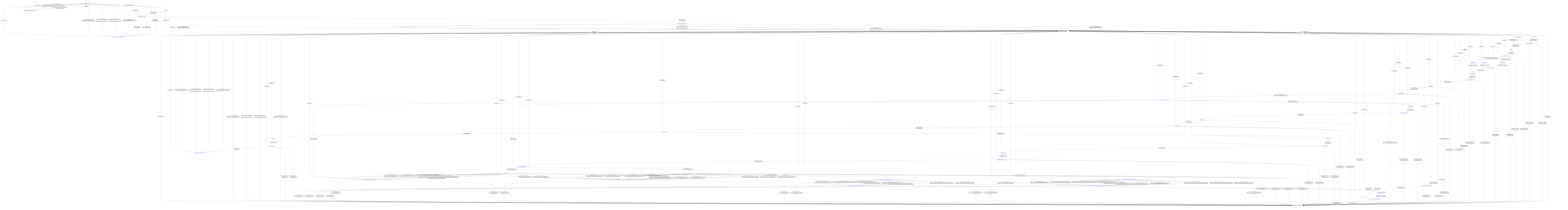
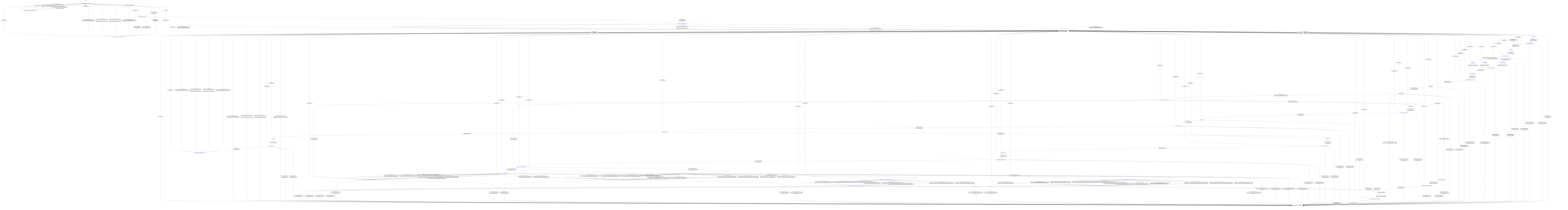
stateDiagram-v2
  direction TB
  [*] --> uninitialized
  uninitialized --> initializing : initialize_run [valid_initialize_] / none
  uninitialized --> initialize_error_channel_decision : initialize_run [invalid_initialize_] / reject_initialize_
  ready --> initializing : initialize_run [valid_initialize_] / none
  ready --> initialize_error_channel_decision : initialize_run [invalid_initialize_] / reject_initialize_
  initializing --> initializer_result_decision : completion_initialize_run_ [always] / request_initializer_
  initializer_result_decision --> initialize_done_channel_decision : completion_initialize_run_ [initialize_result_none_] / none
  initializer_result_decision --> initialize_error_channel_decision : completion_initialize_run_ [initialize_result_invalid_request_] / none
  initializer_result_decision --> initialize_error_channel_decision : completion_initialize_run_ [initialize_result_backend_] / none
  initialize_done_channel_decision --> ready : completion_initialize_run_ [initialize_done_callback_with_error_out_] / dispatch_initialize_done_with_callback_and_error_out_
  initialize_done_channel_decision --> ready : completion_initialize_run_ [initialize_done_callback_without_error_out_] / dispatch_initialize_done_with_callback_only_
  initialize_done_channel_decision --> ready : completion_initialize_run_ [initialize_no_done_callback_with_error_out_] / dispatch_initialize_done_with_error_out_only_
  initialize_done_channel_decision --> ready : completion_initialize_run_ [initialize_no_done_callback_without_error_out_] / dispatch_initialize_done_without_channels_
  initialize_error_channel_decision --> uninitialized : completion_initialize_run_ [initialize_error_callback_with_error_out_] / dispatch_initialize_error_with_callback_and_error_out_
  initialize_error_channel_decision --> uninitialized : completion_initialize_run_ [initialize_error_callback_without_error_out_] / dispatch_initialize_error_with_callback_only_
  initialize_error_channel_decision --> uninitialized : completion_initialize_run_ [initialize_no_error_callback_with_error_out_] / dispatch_initialize_error_with_error_out_only_
  initialize_error_channel_decision --> uninitialized : completion_initialize_run_ [initialize_no_error_callback_without_error_out_] / dispatch_initialize_error_without_channels_
  uninitialized --> generate_uninitialized_error_channel_decision : generate_run [always] / reject_uninitialized_generate_
  ready --> reset_sequence : generate_run [valid_generate_with_reset_] / begin_generate_
  ready --> conditioning : generate_run [valid_generate_without_reset_] / begin_generate_
  ready --> generate_ready_error_channel_decision : generate_run [invalid_generate_] / reject_invalid_generate_
  reset_sequence --> reset_sequence_decision : completion_generate_run_ [always] / request_reset_sequence_
  reset_sequence_decision --> conditioning : completion_generate_run_ [reset_sequence_ok_] / mark_sequence_clear_
  reset_sequence_decision --> generate_ready_error_channel_decision : completion_generate_run_ [reset_sequence_invalid_request_] / mark_invalid_request_
  reset_sequence_decision --> generate_ready_error_channel_decision : completion_generate_run_ [reset_sequence_backend_error_] / mark_backend_error_
  conditioning --> conditioning_decision : completion_generate_run_ [always] / request_conditioning_
  conditioning_decision --> planning_chunk8 : completion_generate_run_ [conditioning_ok_with_chunk8_prefill_] / none
  conditioning_decision --> planning_chunk4 : completion_generate_run_ [conditioning_ok_with_chunk4_prefill_] / none
  conditioning_decision --> planning_scalar : completion_generate_run_ [conditioning_ok_with_scalar_prefill_] / none
  conditioning_decision --> generate_ready_error_channel_decision : completion_generate_run_ [conditioning_invalid_request_] / mark_invalid_request_
  conditioning_decision --> generate_ready_error_channel_decision : completion_generate_run_ [conditioning_backend_error_] / mark_backend_error_
  planning_chunk8 --> planning_decision : completion_generate_run_ [always] / request_planning_with_step_size_8__
  planning_chunk4 --> planning_decision : completion_generate_run_ [always] / request_planning_with_step_size_4__
  planning_scalar --> planning_decision : completion_generate_run_ [always] / request_planning_with_step_size_1__
  planning_decision --> sequence_allocating : completion_generate_run_ [planning_ok_] / none
  planning_decision --> generate_ready_error_channel_decision : completion_generate_run_ [planning_invalid_request_] / mark_invalid_request_
  planning_decision --> generate_ready_error_channel_decision : completion_generate_run_ [planning_backend_error_] / mark_backend_error_
  sequence_allocating --> sequence_allocating_decision : completion_generate_run_ [always] / request_allocate_sequence_
  sequence_allocating_decision --> prefill_running : completion_generate_run_ [allocate_sequence_ok_] / mark_sequence_live_
  sequence_allocating_decision --> generate_ready_error_channel_decision : completion_generate_run_ [allocate_sequence_invalid_request_] / mark_invalid_request_
  sequence_allocating_decision --> generate_ready_error_channel_decision : completion_generate_run_ [allocate_sequence_backend_error_] / mark_backend_error_
  prefill_running --> prefill_result_decision : completion_generate_run_ [prefill_dispatch_available_] / request_prefill_
  prefill_running --> generate_ready_error_channel_decision : completion_generate_run_ [prefill_dispatch_unavailable_] / mark_backend_error_
  prefill_result_decision --> decode_selection_mode_decision : completion_generate_run_ [prefill_result_ok_with_materialized_logits_contract_] / none
  prefill_result_decision --> decode_sample_preselected : completion_generate_run_ [prefill_result_ok_with_preselected_argmax_contract_] / none
  prefill_result_decision --> generate_ready_error_channel_decision : completion_generate_run_ [prefill_result_invalid_request_] / none
  prefill_result_decision --> generate_ready_error_channel_decision : completion_generate_run_ [prefill_result_backend_error_] / none
  decode_selection_mode_decision --> decode_sample : completion_generate_run_ [decode_uses_materialized_logits_] / none
  decode_selection_mode_decision --> decode_preselected_argmax : completion_generate_run_ [decode_uses_preselected_argmax_] / none
  decode_sample --> decode_sample_decision : completion_generate_run_ [always] / request_decode_sample_
  decode_preselected_argmax --> decode_preselected_argmax_decision : completion_generate_run_ [decode_argmax_ready_] / request_decode_select_argmax_
  decode_preselected_argmax --> generate_ready_error_channel_decision : completion_generate_run_ [decode_argmax_invalid_request_] / mark_invalid_request_
  decode_preselected_argmax_decision --> decode_sample_preselected : completion_generate_run_ [decode_sample_ok_] / none
  decode_preselected_argmax_decision --> generate_ready_error_channel_decision : completion_generate_run_ [decode_sample_invalid_request_] / mark_invalid_request_
  decode_preselected_argmax_decision --> generate_ready_error_channel_decision : completion_generate_run_ [decode_sample_backend_error_] / mark_backend_error_
  decode_sample_preselected --> decode_sample_preselected_decision : completion_generate_run_ [always] / request_decode_sample_preselected_
  decode_sample_decision --> decode_render : completion_generate_run_ [decode_sample_ok_] / none
  decode_sample_preselected_decision --> decode_render : completion_generate_run_ [decode_sample_ok_] / none
  decode_sample_decision --> generate_ready_error_channel_decision : completion_generate_run_ [decode_sample_invalid_request_] / mark_invalid_request_
  decode_sample_decision --> generate_ready_error_channel_decision : completion_generate_run_ [decode_sample_backend_error_] / mark_backend_error_
  decode_sample_preselected_decision --> generate_ready_error_channel_decision : completion_generate_run_ [decode_sample_invalid_request_] / mark_invalid_request_
  decode_sample_preselected_decision --> generate_ready_error_channel_decision : completion_generate_run_ [decode_sample_backend_error_] / mark_backend_error_
  decode_render --> decode_render_decision : completion_generate_run_ [always] / request_decode_render_
  decode_render_decision --> decode_loop_decision : completion_generate_run_ [decode_render_ok_] / commit_render_output_
  decode_render_decision --> generate_ready_error_channel_decision : completion_generate_run_ [decode_render_invalid_request_] / mark_invalid_request_
  decode_render_decision --> generate_ready_error_channel_decision : completion_generate_run_ [decode_render_backend_error_] / mark_backend_error_
  decode_loop_decision --> decode_slots : completion_generate_run_ [decode_should_continue_] / none
  decode_loop_decision --> flushing : completion_generate_run_ [decode_complete_] / none
  decode_slots --> decode_slots_decision : completion_generate_run_ [always] / request_decode_slots_
  decode_slots_decision --> snapshot_decode : completion_generate_run_ [decode_slots_ok_] / none
  decode_slots_decision --> generate_ready_error_channel_decision : completion_generate_run_ [decode_slots_invalid_request_] / mark_invalid_request_
  decode_slots_decision --> generate_ready_error_channel_decision : completion_generate_run_ [decode_slots_backend_error_] / mark_backend_error_
  snapshot_decode --> snapshot_decode_decision : completion_generate_run_ [always] / request_memory_snapshot_
  snapshot_decode_decision --> decode_compute_runtime_decision : completion_generate_run_ [decode_snapshot_ok_] / none
  snapshot_decode_decision --> generate_ready_error_channel_decision : completion_generate_run_ [decode_snapshot_invalid_request_] / mark_invalid_request_
  snapshot_decode_decision --> generate_ready_error_channel_decision : completion_generate_run_ [decode_snapshot_backend_error_] / mark_backend_error_
  decode_compute_runtime_decision --> decode_compute_flash : completion_generate_run_ [decode_flash_runtime_supported_] / none
  decode_compute_runtime_decision --> decode_compute_nonflash : completion_generate_run_ [decode_nonflash_runtime_required_] / none
  decode_compute_flash --> generate_ready_error_channel_decision : completion_generate_run_ [guard_decode_compute_invalid_request_] / mark_invalid_request_
  decode_compute_flash --> generate_ready_error_channel_decision : completion_generate_run_ [guard_decode_compute_backend_unavailable_] / mark_backend_error_
  decode_compute_flash --> decode_compute_flash_preselected_argmax : completion_generate_run_ [guard_decode_preselected_direct_ready_] / none
  decode_compute_flash --> decode_compute_flash_decision : completion_generate_run_ [guard_decode_materialized_streamed_scalar_packed_q8_0_ready_] / request_decode_compute_flash_packed_q8_0_streamed_
  decode_compute_flash --> decode_compute_flash_decision : completion_generate_run_ [guard_decode_materialized_streamed_scalar_q8_k_ready_] / request_decode_compute_flash_q8_k_streamed_
+   decode_compute_flash --> decode_compute_flash_decision : completion_generate_run_ [guard_decode_materialized_streamed_scalar_native_quantized_q8_k_ready_] / request_decode_compute_flash_native_quantized_q8_k_logits_streamed_
+   decode_compute_flash --> decode_compute_flash_decision : completion_generate_run_ [guard_decode_materialized_streamed_scalar_native_quantized_ready_] / request_decode_compute_flash_native_quantized_streamed_
+   decode_compute_flash --> decode_compute_flash_decision : completion_generate_run_ [guard_decode_materialized_streamed_scalar_kernel_ready_] / request_decode_compute_flash_kernel_streamed_
  decode_compute_flash --> decode_compute_flash_decision : completion_generate_run_ [guard_decode_materialized_parallel_scalar_packed_q8_0_ready_] / request_decode_compute_flash_parallel_packed_q8_0_
  decode_compute_flash --> decode_compute_flash_decision : completion_generate_run_ [guard_decode_materialized_scalar_packed_q8_0_ready_] / request_decode_compute_flash_packed_q8_0_
  decode_compute_flash --> decode_compute_flash_decision : completion_generate_run_ [guard_decode_materialized_parallel_scalar_q8_k_ready_] / request_decode_compute_flash_parallel_q8_k_
  decode_compute_flash --> decode_compute_flash_decision : completion_generate_run_ [guard_decode_materialized_scalar_q8_k_ready_] / request_decode_compute_flash_q8_k_
-   decode_compute_flash --> decode_compute_flash_decision : completion_generate_run_ [guard_decode_materialized_streamed_scalar_native_quantized_q8_k_ready_] / request_decode_compute_flash_native_quantized_q8_k_logits_streamed_
  decode_compute_flash --> decode_compute_flash_decision : completion_generate_run_ [guard_decode_materialized_parallel_scalar_native_quantized_q8_k_ready_] / request_decode_compute_flash_parallel_native_quantized_q8_k_logits_
  decode_compute_flash --> decode_compute_flash_decision : completion_generate_run_ [guard_decode_materialized_scalar_native_quantized_q8_k_ready_] / request_decode_compute_flash_native_quantized_q8_k_logits_
-   decode_compute_flash --> decode_compute_flash_decision : completion_generate_run_ [guard_decode_materialized_streamed_scalar_native_quantized_ready_] / request_decode_compute_flash_native_quantized_streamed_
  decode_compute_flash --> decode_compute_flash_decision : completion_generate_run_ [guard_decode_materialized_parallel_scalar_native_quantized_kernel_ready_] / request_decode_compute_flash_parallel_native_quantized_
  decode_compute_flash --> decode_compute_flash_decision : completion_generate_run_ [guard_decode_materialized_scalar_native_quantized_kernel_ready_] / request_decode_compute_flash_native_quantized_
-   decode_compute_flash --> decode_compute_flash_decision : completion_generate_run_ [guard_decode_materialized_streamed_scalar_kernel_ready_] / request_decode_compute_flash_kernel_streamed_
  decode_compute_flash --> decode_compute_flash_decision : completion_generate_run_ [guard_decode_materialized_parallel_scalar_kernel_ready_] / request_decode_compute_flash_parallel_kernel_
  decode_compute_flash --> decode_compute_flash_decision : completion_generate_run_ [guard_decode_materialized_scalar_kernel_ready_] / request_decode_compute_flash_kernel_
  decode_compute_nonflash --> generate_ready_error_channel_decision : completion_generate_run_ [guard_decode_compute_invalid_request_] / mark_invalid_request_
  decode_compute_nonflash --> generate_ready_error_channel_decision : completion_generate_run_ [guard_decode_compute_backend_unavailable_] / mark_backend_error_
  decode_compute_nonflash --> decode_compute_nonflash_preselected_argmax : completion_generate_run_ [guard_decode_preselected_direct_ready_] / none
  decode_compute_nonflash --> decode_compute_nonflash_decision : completion_generate_run_ [guard_decode_materialized_streamed_scalar_packed_q8_0_ready_] / request_decode_compute_nonflash_packed_q8_0_streamed_
  decode_compute_nonflash --> decode_compute_nonflash_decision : completion_generate_run_ [guard_decode_materialized_streamed_scalar_q8_k_ready_] / request_decode_compute_nonflash_q8_k_streamed_
  decode_compute_nonflash --> decode_compute_nonflash_decision : completion_generate_run_ [guard_decode_materialized_streamed_scalar_native_quantized_q8_k_ready_] / request_decode_compute_nonflash_native_quantized_q8_k_logits_streamed_
  decode_compute_nonflash --> decode_compute_nonflash_decision : completion_generate_run_ [guard_decode_materialized_streamed_scalar_native_quantized_ready_] / request_decode_compute_nonflash_native_quantized_streamed_
  decode_compute_nonflash --> decode_compute_nonflash_decision : completion_generate_run_ [guard_decode_materialized_streamed_scalar_kernel_ready_] / request_decode_compute_nonflash_kernel_streamed_
  decode_compute_nonflash --> decode_compute_nonflash_decision : completion_generate_run_ [guard_decode_materialized_scalar_packed_q8_0_ready_] / request_decode_compute_nonflash_packed_q8_0_
  decode_compute_nonflash --> decode_compute_nonflash_decision : completion_generate_run_ [guard_decode_materialized_scalar_q8_k_ready_] / request_decode_compute_nonflash_q8_k_
  decode_compute_nonflash --> decode_compute_nonflash_decision : completion_generate_run_ [guard_decode_materialized_scalar_native_quantized_q8_k_ready_] / request_decode_compute_nonflash_native_quantized_q8_k_logits_
  decode_compute_nonflash --> decode_compute_nonflash_decision : completion_generate_run_ [guard_decode_materialized_scalar_native_quantized_kernel_ready_] / request_decode_compute_nonflash_native_quantized_
  decode_compute_nonflash --> decode_compute_nonflash_decision : completion_generate_run_ [guard_decode_materialized_scalar_kernel_ready_] / request_decode_compute_nonflash_kernel_
  decode_compute_flash_preselected_argmax --> generate_ready_error_channel_decision : completion_generate_run_ [guard_decode_preselected_compute_invalid_request_] / mark_invalid_request_
  decode_compute_flash_preselected_argmax --> generate_ready_error_channel_decision : completion_generate_run_ [guard_decode_compute_backend_unavailable_] / mark_backend_error_
  decode_compute_flash_preselected_argmax --> decode_compute_flash_preselected_argmax_decision : completion_generate_run_ [guard_decode_preselected_argmax_q8_k_streamed_ready_] / request_decode_compute_flash_preselected_argmax_q8_k_streamed_
  decode_compute_flash_preselected_argmax --> decode_compute_flash_preselected_argmax_decision : completion_generate_run_ [guard_decode_preselected_argmax_native_quantized_q8_k_streamed_ready_] / request_decode_compute_flash_preselected_argmax_native_quantized_q8_k_streamed_
  decode_compute_flash_preselected_argmax --> decode_compute_flash_preselected_argmax_decision : completion_generate_run_ [guard_decode_preselected_argmax_native_quantized_kernel_streamed_ready_] / request_decode_compute_flash_preselected_argmax_native_quantized_kernel_streamed_
  decode_compute_flash_preselected_argmax --> decode_compute_flash_preselected_argmax_decision : completion_generate_run_ [guard_decode_preselected_argmax_kernel_streamed_ready_] / request_decode_compute_flash_preselected_argmax_kernel_streamed_
  decode_compute_flash_preselected_argmax --> decode_compute_flash_preselected_argmax_decision : completion_generate_run_ [guard_decode_preselected_parallel_argmax_q8_k_ready_] / request_decode_compute_flash_parallel_preselected_argmax_q8_k_
  decode_compute_flash_preselected_argmax --> decode_compute_flash_preselected_argmax_decision : completion_generate_run_ [guard_decode_preselected_argmax_q8_k_ready_] / request_decode_compute_flash_preselected_argmax_q8_k_
  decode_compute_flash_preselected_argmax --> decode_compute_flash_preselected_argmax_decision : completion_generate_run_ [guard_decode_preselected_parallel_argmax_native_quantized_q8_k_ready_] / request_decode_compute_flash_parallel_preselected_argmax_native_quantized_q8_k_
  decode_compute_flash_preselected_argmax --> decode_compute_flash_preselected_argmax_decision : completion_generate_run_ [guard_decode_preselected_argmax_native_quantized_q8_k_ready_] / request_decode_compute_flash_preselected_argmax_native_quantized_q8_k_
  decode_compute_flash_preselected_argmax --> decode_compute_flash_preselected_argmax_decision : completion_generate_run_ [guard_decode_preselected_parallel_argmax_native_quantized_kernel_ready_] / request_decode_compute_flash_parallel_preselected_argmax_native_quantized_kernel_
  decode_compute_flash_preselected_argmax --> decode_compute_flash_preselected_argmax_decision : completion_generate_run_ [guard_decode_preselected_argmax_native_quantized_kernel_ready_] / request_decode_compute_flash_preselected_argmax_native_quantized_kernel_
  decode_compute_flash_preselected_argmax --> decode_compute_flash_preselected_argmax_decision : completion_generate_run_ [guard_decode_preselected_parallel_argmax_kernel_ready_] / request_decode_compute_flash_parallel_preselected_argmax_kernel_
  decode_compute_flash_preselected_argmax --> decode_compute_flash_preselected_argmax_decision : completion_generate_run_ [guard_decode_preselected_argmax_kernel_ready_] / request_decode_compute_flash_preselected_argmax_kernel_
  decode_compute_nonflash_preselected_argmax --> generate_ready_error_channel_decision : completion_generate_run_ [guard_decode_preselected_compute_invalid_request_] / mark_invalid_request_
  decode_compute_nonflash_preselected_argmax --> generate_ready_error_channel_decision : completion_generate_run_ [guard_decode_compute_backend_unavailable_] / mark_backend_error_
  decode_compute_nonflash_preselected_argmax --> decode_compute_nonflash_preselected_argmax_decision : completion_generate_run_ [guard_decode_preselected_argmax_q8_k_streamed_ready_] / request_decode_compute_nonflash_preselected_argmax_q8_k_streamed_
  decode_compute_nonflash_preselected_argmax --> decode_compute_nonflash_preselected_argmax_decision : completion_generate_run_ [guard_decode_preselected_argmax_native_quantized_q8_k_streamed_ready_] / request_decode_compute_nonflash_preselected_argmax_native_quantized_q8_k_streamed_
  decode_compute_nonflash_preselected_argmax --> decode_compute_nonflash_preselected_argmax_decision : completion_generate_run_ [guard_decode_preselected_argmax_native_quantized_kernel_streamed_ready_] / request_decode_compute_nonflash_preselected_argmax_native_quantized_kernel_streamed_
  decode_compute_nonflash_preselected_argmax --> decode_compute_nonflash_preselected_argmax_decision : completion_generate_run_ [guard_decode_preselected_argmax_kernel_streamed_ready_] / request_decode_compute_nonflash_preselected_argmax_kernel_streamed_
  decode_compute_nonflash_preselected_argmax --> decode_compute_nonflash_preselected_argmax_decision : completion_generate_run_ [guard_decode_preselected_argmax_q8_k_ready_] / request_decode_compute_nonflash_preselected_argmax_q8_k_
  decode_compute_nonflash_preselected_argmax --> decode_compute_nonflash_preselected_argmax_decision : completion_generate_run_ [guard_decode_preselected_argmax_native_quantized_q8_k_ready_] / request_decode_compute_nonflash_preselected_argmax_native_quantized_q8_k_
  decode_compute_nonflash_preselected_argmax --> decode_compute_nonflash_preselected_argmax_decision : completion_generate_run_ [guard_decode_preselected_argmax_native_quantized_kernel_ready_] / request_decode_compute_nonflash_preselected_argmax_native_quantized_kernel_
  decode_compute_nonflash_preselected_argmax --> decode_compute_nonflash_preselected_argmax_decision : completion_generate_run_ [guard_decode_preselected_argmax_kernel_ready_] / request_decode_compute_nonflash_preselected_argmax_kernel_
  decode_compute_flash_decision --> decode_selection_mode_decision : completion_generate_run_ [decode_compute_ok_] / advance_kv_cache_
  decode_compute_nonflash_decision --> decode_selection_mode_decision : completion_generate_run_ [decode_compute_ok_] / advance_kv_cache_
  decode_compute_flash_preselected_argmax_decision --> decode_sample_preselected : completion_generate_run_ [decode_compute_ok_] / advance_kv_cache_
  decode_compute_nonflash_preselected_argmax_decision --> decode_sample_preselected : completion_generate_run_ [decode_compute_ok_] / advance_kv_cache_
  decode_compute_flash_decision --> generate_ready_error_channel_decision : completion_generate_run_ [decode_compute_invalid_request_] / mark_invalid_request_
  decode_compute_flash_decision --> generate_ready_error_channel_decision : completion_generate_run_ [decode_compute_backend_error_] / mark_backend_error_
  decode_compute_nonflash_decision --> generate_ready_error_channel_decision : completion_generate_run_ [decode_compute_invalid_request_] / mark_invalid_request_
  decode_compute_nonflash_decision --> generate_ready_error_channel_decision : completion_generate_run_ [decode_compute_backend_error_] / mark_backend_error_
  decode_compute_flash_preselected_argmax_decision --> generate_ready_error_channel_decision : completion_generate_run_ [decode_compute_invalid_request_] / mark_invalid_request_
  decode_compute_flash_preselected_argmax_decision --> generate_ready_error_channel_decision : completion_generate_run_ [decode_compute_backend_error_] / mark_backend_error_
  decode_compute_nonflash_preselected_argmax_decision --> generate_ready_error_channel_decision : completion_generate_run_ [decode_compute_invalid_request_] / mark_invalid_request_
  decode_compute_nonflash_preselected_argmax_decision --> generate_ready_error_channel_decision : completion_generate_run_ [decode_compute_backend_error_] / mark_backend_error_
  flushing --> flushing_decision : completion_generate_run_ [always] / request_flush_
  flushing_decision --> generate_done_channel_decision : completion_generate_run_ [flush_ok_] / commit_flush_output_
  flushing_decision --> generate_ready_error_channel_decision : completion_generate_run_ [flush_invalid_request_] / mark_invalid_request_
  flushing_decision --> generate_ready_error_channel_decision : completion_generate_run_ [flush_backend_error_] / mark_backend_error_
  generate_done_channel_decision --> ready : completion_generate_run_ [generate_done_callback_with_error_out_] / dispatch_generate_done_with_callback_and_error_out_
  generate_done_channel_decision --> ready : completion_generate_run_ [generate_done_callback_without_error_out_] / dispatch_generate_done_with_callback_only_
  generate_done_channel_decision --> ready : completion_generate_run_ [generate_no_done_callback_with_error_out_] / dispatch_generate_done_with_error_out_only_
  generate_done_channel_decision --> ready : completion_generate_run_ [generate_no_done_callback_without_error_out_] / dispatch_generate_done_without_channels_
  generate_ready_error_channel_decision --> ready : completion_generate_run_ [generate_error_callback_with_error_out_] / dispatch_generate_error_with_callback_and_error_out_
  generate_ready_error_channel_decision --> ready : completion_generate_run_ [generate_error_callback_without_error_out_] / dispatch_generate_error_with_callback_only_
  generate_ready_error_channel_decision --> ready : completion_generate_run_ [generate_no_error_callback_with_error_out_] / dispatch_generate_error_with_error_out_only_
  generate_ready_error_channel_decision --> ready : completion_generate_run_ [generate_no_error_callback_without_error_out_] / dispatch_generate_error_without_channels_
  generate_uninitialized_error_channel_decision --> uninitialized : completion_generate_run_ [generate_error_callback_with_error_out_] / dispatch_generate_error_with_callback_and_error_out_
  generate_uninitialized_error_channel_decision --> uninitialized : completion_generate_run_ [generate_error_callback_without_error_out_] / dispatch_generate_error_with_callback_only_
  generate_uninitialized_error_channel_decision --> uninitialized : completion_generate_run_ [generate_no_error_callback_with_error_out_] / dispatch_generate_error_with_error_out_only_
  generate_uninitialized_error_channel_decision --> uninitialized : completion_generate_run_ [generate_no_error_callback_without_error_out_] / dispatch_generate_error_without_channels_
  uninitialized --> uninitialized : capture_diagnostics [always] / capture_diagnostics_
  ready --> ready : capture_diagnostics [always] / capture_diagnostics_
  uninitialized --> uninitialized : capture_graph_lifecycle [graph_lifecycle_runtime_tensor_unavailable_] / capture_graph_lifecycle_without_runtime_tensor_
  uninitialized --> uninitialized : capture_graph_lifecycle [graph_lifecycle_runtime_tensor_available_] / capture_graph_lifecycle_with_runtime_tensor_
  ready --> ready : capture_graph_lifecycle [graph_lifecycle_runtime_tensor_unavailable_] / capture_graph_lifecycle_without_runtime_tensor_
  ready --> ready : capture_graph_lifecycle [graph_lifecycle_runtime_tensor_available_] / capture_graph_lifecycle_with_runtime_tensor_
  uninitialized --> uninitialized : _ [always] / on_unexpected_
  ready --> ready : _ [always] / on_unexpected_
  initializing --> uninitialized : _ [always] / on_unexpected_
  initializer_result_decision --> uninitialized : _ [always] / on_unexpected_
  initialize_done_channel_decision --> ready : _ [always] / on_unexpected_
  initialize_error_channel_decision --> uninitialized : _ [always] / on_unexpected_
  reset_sequence --> ready : _ [always] / on_unexpected_
  reset_sequence_decision --> ready : _ [always] / on_unexpected_
  conditioning --> ready : _ [always] / on_unexpected_
  conditioning_decision --> ready : _ [always] / on_unexpected_
  planning_chunk8 --> ready : _ [always] / on_unexpected_
  planning_chunk4 --> ready : _ [always] / on_unexpected_
  planning_scalar --> ready : _ [always] / on_unexpected_
  planning_decision --> ready : _ [always] / on_unexpected_
  sequence_allocating --> ready : _ [always] / on_unexpected_
  sequence_allocating_decision --> ready : _ [always] / on_unexpected_
  prefill_running --> ready : _ [always] / on_unexpected_
  prefill_result_decision --> ready : _ [always] / on_unexpected_
  decode_selection_mode_decision --> ready : _ [always] / on_unexpected_
  decode_slots --> ready : _ [always] / on_unexpected_
  decode_slots_decision --> ready : _ [always] / on_unexpected_
  snapshot_decode --> ready : _ [always] / on_unexpected_
  snapshot_decode_decision --> ready : _ [always] / on_unexpected_
  decode_compute_runtime_decision --> ready : _ [always] / on_unexpected_
  decode_compute_flash --> ready : _ [always] / on_unexpected_
  decode_compute_flash_preselected_argmax --> ready : _ [always] / on_unexpected_
  decode_compute_flash_preselected_argmax_decision --> ready : _ [always] / on_unexpected_
  decode_compute_flash_decision --> ready : _ [always] / on_unexpected_
  decode_compute_nonflash --> ready : _ [always] / on_unexpected_
  decode_compute_nonflash_preselected_argmax --> ready : _ [always] / on_unexpected_
  decode_compute_nonflash_preselected_argmax_decision --> ready : _ [always] / on_unexpected_
  decode_compute_nonflash_decision --> ready : _ [always] / on_unexpected_
  decode_sample --> ready : _ [always] / on_unexpected_
  decode_sample_decision --> ready : _ [always] / on_unexpected_
  decode_preselected_argmax --> ready : _ [always] / on_unexpected_
  decode_preselected_argmax_decision --> ready : _ [always] / on_unexpected_
  decode_sample_preselected --> ready : _ [always] / on_unexpected_
  decode_sample_preselected_decision --> ready : _ [always] / on_unexpected_
  decode_render --> ready : _ [always] / on_unexpected_
  decode_render_decision --> ready : _ [always] / on_unexpected_
  decode_loop_decision --> ready : _ [always] / on_unexpected_
  flushing --> ready : _ [always] / on_unexpected_
  flushing_decision --> ready : _ [always] / on_unexpected_
  generate_done_channel_decision --> ready : _ [always] / on_unexpected_
  generate_ready_error_channel_decision --> ready : _ [always] / on_unexpected_
  generate_uninitialized_error_channel_decision --> uninitialized : _ [always] / on_unexpected_
